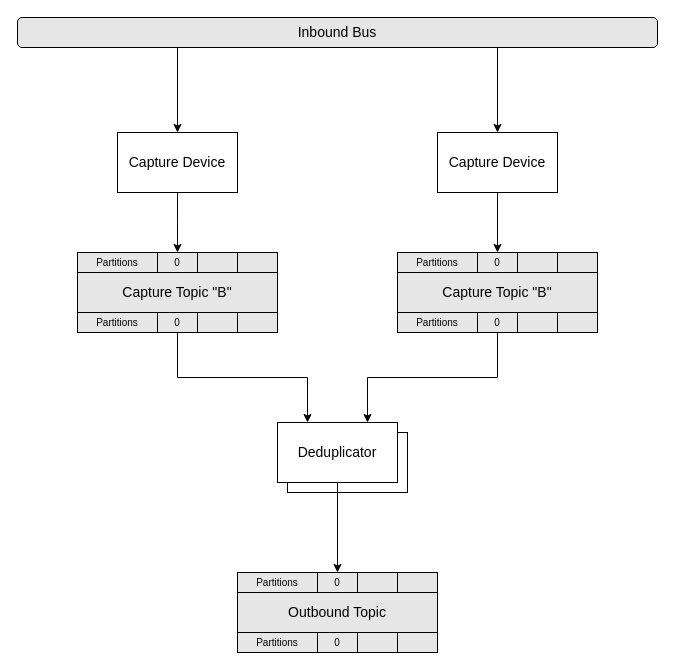
This is kafkacap-core/docs/kafkacap_single_partition.drawio from thill/kafkacap, a draw.io file, before an edit. Source tidied: cells renumbered, new cells numbered last; positions are measured from the earlier drawing's top-left corner, leaving out a move shared by most shapes. Both pictures are drawn from the tidied source at 100%, with x=0, y=0 at pixel (17, 17).
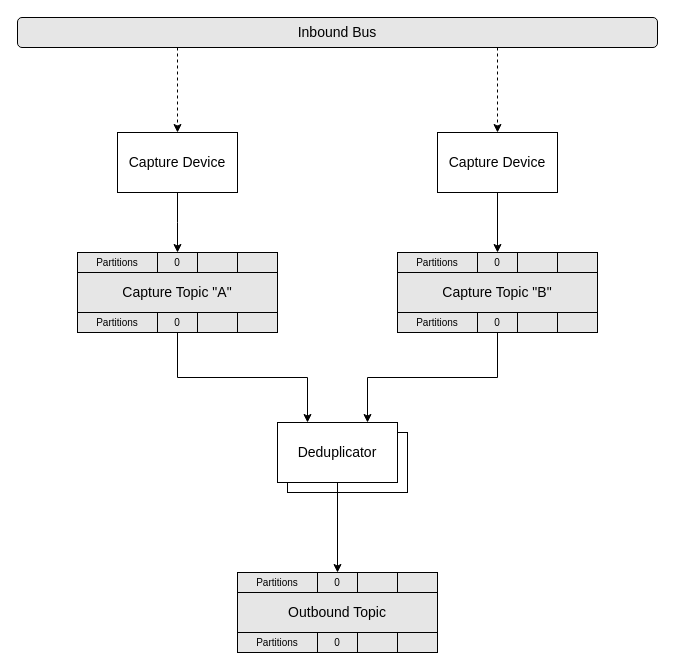
Above is the later version.

The change refers to these unchanged cells:
```xml
<mxCell id="3" value="Capture Device" style="rounded=0;whiteSpace=wrap;html=1;fontSize=14;" parent="1" vertex="1">
  <mxGeometry x="100" y="115" width="120" height="60" as="geometry" />
</mxCell>
<mxCell id="6" value="Inbound Bus" style="rounded=1;whiteSpace=wrap;html=1;fontSize=14;labelBackgroundColor=none;fillColor=#E6E6E6;gradientColor=none;" parent="1" vertex="1">
  <mxGeometry width="640" height="30" as="geometry" />
</mxCell>
<mxCell id="8" value="Capture Device" style="rounded=0;whiteSpace=wrap;html=1;fontSize=14;" parent="1" vertex="1">
  <mxGeometry x="420" y="115" width="120" height="60" as="geometry" />
</mxCell>
```

The edit, as a diff of the source:
```diff
@@
-    <mxCell id="4" style="edgeStyle=orthogonalEdgeStyle;rounded=0;jettySize=auto;html=1;exitX=0.25;exitY=1;exitDx=0;exitDy=0;fontSize=14;" parent="1" edge="1" source="6" target="3">
+    <mxCell id="4" style="edgeStyle=orthogonalEdgeStyle;rounded=0;jettySize=auto;html=1;exitX=0.25;exitY=1;exitDx=0;exitDy=0;fontSize=14;dashed=1;" parent="1" edge="1" source="6" target="3">
       <mxGeometry relative="1" as="geometry" />
     </mxCell>
-    <mxCell id="5" style="edgeStyle=orthogonalEdgeStyle;rounded=0;jettySize=auto;html=1;exitX=0.75;exitY=1;exitDx=0;exitDy=0;entryX=0.5;entryY=0;entryDx=0;entryDy=0;fontSize=14;" parent="1" edge="1" source="6" target="8">
+    <mxCell id="5" style="edgeStyle=orthogonalEdgeStyle;rounded=0;jettySize=auto;html=1;exitX=0.75;exitY=1;exitDx=0;exitDy=0;entryX=0.5;entryY=0;entryDx=0;entryDy=0;fontSize=14;dashed=1;" parent="1" edge="1" source="6" target="8">
       <mxGeometry relative="1" as="geometry" />
     </mxCell>
@@
-    <mxCell id="12" value="&lt;div&gt;Capture Topic &quot;B&quot;&lt;/div&gt;" style="rounded=0;whiteSpace=wrap;html=1;fontSize=14;fillColor=#E6E6E6;" parent="1" vertex="1">
+    <mxCell id="12" value="&lt;div&gt;Capture Topic &quot;A&quot;&lt;/div&gt;" style="rounded=0;whiteSpace=wrap;html=1;fontSize=14;fillColor=#E6E6E6;" parent="1" vertex="1">
       <mxGeometry x="60" y="255" width="200" height="40" as="geometry" />
     </mxCell>
```
